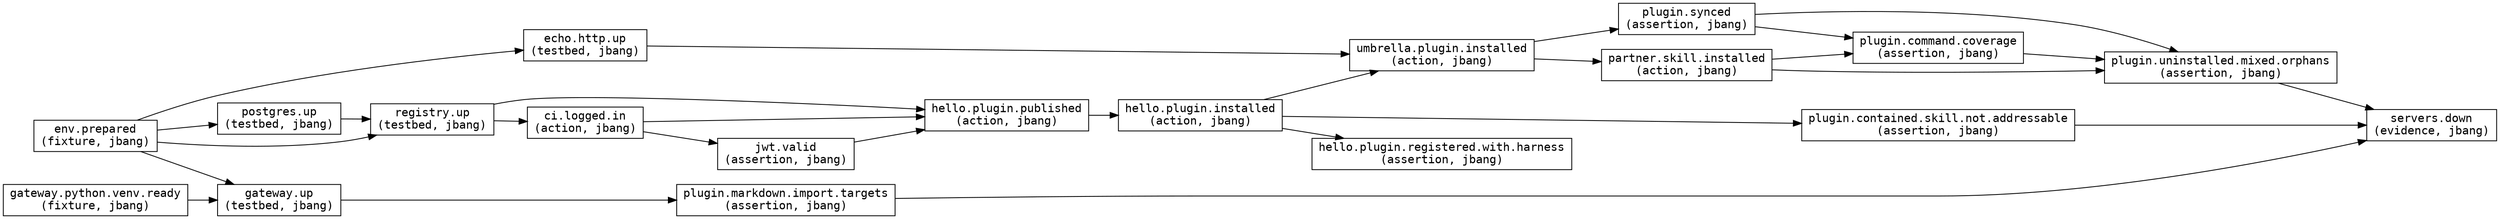
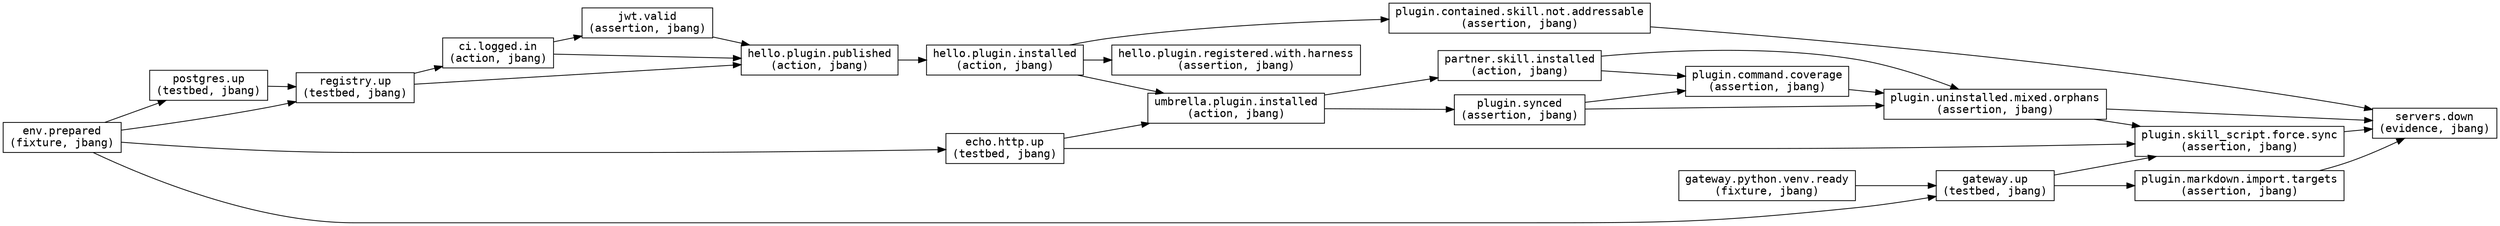
digraph "plugin-smoke" {
  rankdir=LR;
  node [shape=box,fontname="Courier"];
  "env.prepared" [label="env.prepared\n(fixture, jbang)"];
  "postgres.up" [label="postgres.up\n(testbed, jbang)"];
  "registry.up" [label="registry.up\n(testbed, jbang)"];
  "ci.logged.in" [label="ci.logged.in\n(action, jbang)"];
  "jwt.valid" [label="jwt.valid\n(assertion, jbang)"];
  "gateway.python.venv.ready" [label="gateway.python.venv.ready\n(fixture, jbang)"];
  "gateway.up" [label="gateway.up\n(testbed, jbang)"];
  "echo.http.up" [label="echo.http.up\n(testbed, jbang)"];
  "hello.plugin.published" [label="hello.plugin.published\n(action, jbang)"];
  "hello.plugin.installed" [label="hello.plugin.installed\n(action, jbang)"];
  "hello.plugin.registered.with.harness" [label="hello.plugin.registered.with.harness\n(assertion, jbang)"];
  "plugin.contained.skill.not.addressable" [label="plugin.contained.skill.not.addressable\n(assertion, jbang)"];
  "umbrella.plugin.installed" [label="umbrella.plugin.installed\n(action, jbang)"];
  "plugin.synced" [label="plugin.synced\n(assertion, jbang)"];
  "partner.skill.installed" [label="partner.skill.installed\n(action, jbang)"];
  "plugin.command.coverage" [label="plugin.command.coverage\n(assertion, jbang)"];
  "plugin.markdown.import.targets" [label="plugin.markdown.import.targets\n(assertion, jbang)"];
  "plugin.uninstalled.mixed.orphans" [label="plugin.uninstalled.mixed.orphans\n(assertion, jbang)"];
+   "plugin.skill_script.force.sync" [label="plugin.skill_script.force.sync\n(assertion, jbang)"];
  "servers.down" [label="servers.down\n(evidence, jbang)"];
  "env.prepared" -> "postgres.up";
  "env.prepared" -> "registry.up";
  "postgres.up" -> "registry.up";
  "registry.up" -> "ci.logged.in";
  "ci.logged.in" -> "jwt.valid";
  "env.prepared" -> "gateway.up";
  "gateway.python.venv.ready" -> "gateway.up";
  "env.prepared" -> "echo.http.up";
  "registry.up" -> "hello.plugin.published";
  "ci.logged.in" -> "hello.plugin.published";
  "jwt.valid" -> "hello.plugin.published";
  "hello.plugin.published" -> "hello.plugin.installed";
  "hello.plugin.installed" -> "hello.plugin.registered.with.harness";
  "hello.plugin.installed" -> "plugin.contained.skill.not.addressable";
  "hello.plugin.installed" -> "umbrella.plugin.installed";
  "echo.http.up" -> "umbrella.plugin.installed";
  "umbrella.plugin.installed" -> "plugin.synced";
  "umbrella.plugin.installed" -> "partner.skill.installed";
  "plugin.synced" -> "plugin.command.coverage";
  "partner.skill.installed" -> "plugin.command.coverage";
  "gateway.up" -> "plugin.markdown.import.targets";
  "partner.skill.installed" -> "plugin.uninstalled.mixed.orphans";
  "plugin.synced" -> "plugin.uninstalled.mixed.orphans";
  "plugin.command.coverage" -> "plugin.uninstalled.mixed.orphans";
+   "plugin.uninstalled.mixed.orphans" -> "plugin.skill_script.force.sync";
+   "gateway.up" -> "plugin.skill_script.force.sync";
+   "echo.http.up" -> "plugin.skill_script.force.sync";
  "plugin.contained.skill.not.addressable" -> "servers.down";
  "plugin.markdown.import.targets" -> "servers.down";
  "plugin.uninstalled.mixed.orphans" -> "servers.down";
+   "plugin.skill_script.force.sync" -> "servers.down";
}
